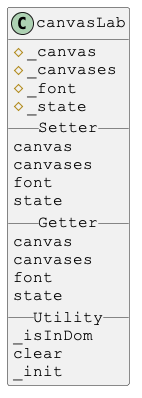
Above: docs/PlantUml/images/canvasLab.png in Justin-Byrne/canvasLab (PlantUML), before the change. Its diagram source:
```plantuml
@startuml

skinparam DefaultFontSize 16
skinparam DefaultFontName Courier New

class canvasLab {
#_canvas
#_canvases
#_font
#_state
__ Setter __
canvas
canvases
font
state
__ Getter __
canvas
canvases
font
state
__ Utility __
_isInDom
clear
_init
}

@enduml
```
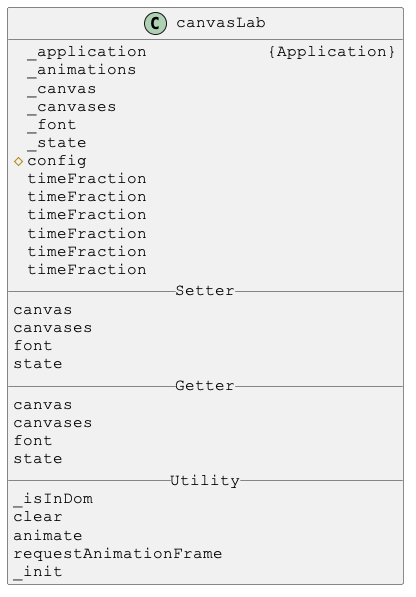
The same diagram one commit later.

Change to the diagram source:
```diff
@@ -4,10 +4,19 @@
 skinparam DefaultFontName Courier New
 
 class canvasLab {
-#_canvas
-#_canvases
-#_font
-#_state
+_application            {Application}
+_animations
+_canvas
+_canvases
+_font
+_state
+#config
+timeFraction
+timeFraction
+timeFraction
+timeFraction
+timeFraction
+timeFraction
 __ Setter __
 canvas
 canvases
@@ -21,6 +30,8 @@
 __ Utility __
 _isInDom
 clear
+animate
+requestAnimationFrame
 _init
 }
 
```
